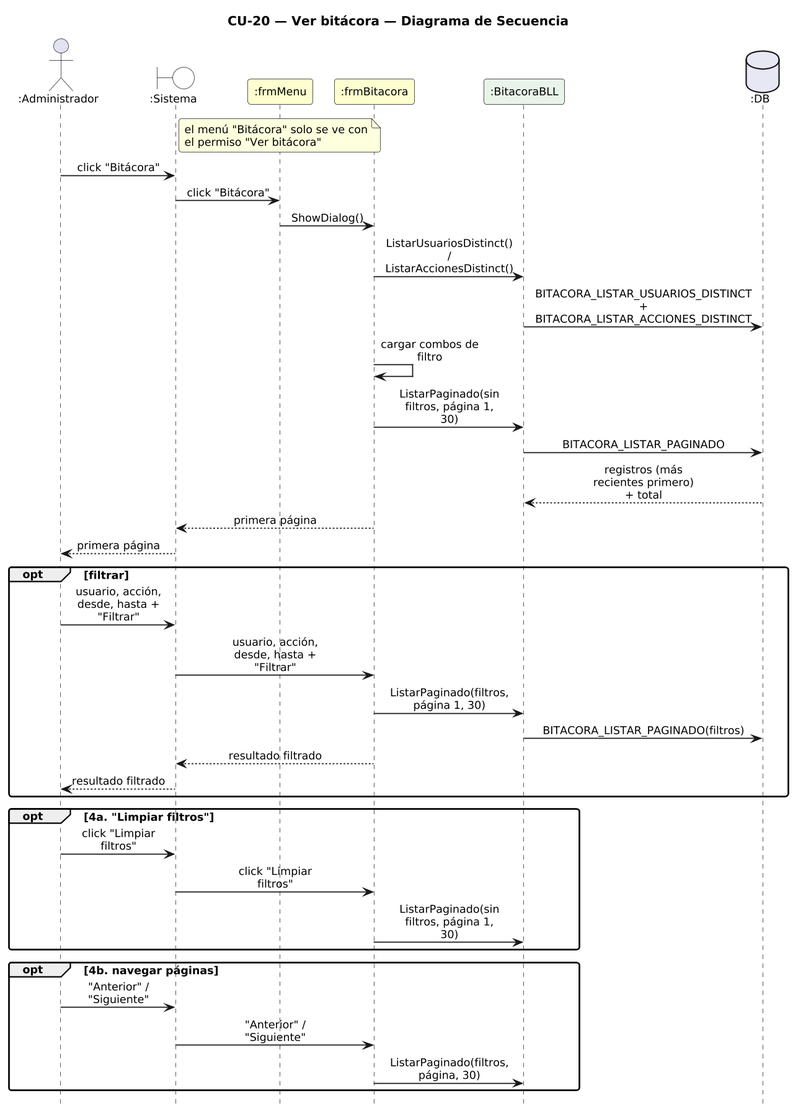
The PlantUML diagram DIAGRAMAS/DiagramaSecuencia_CU20_VerBitacora.png in Urrels/ingenieria_software, before a commit.
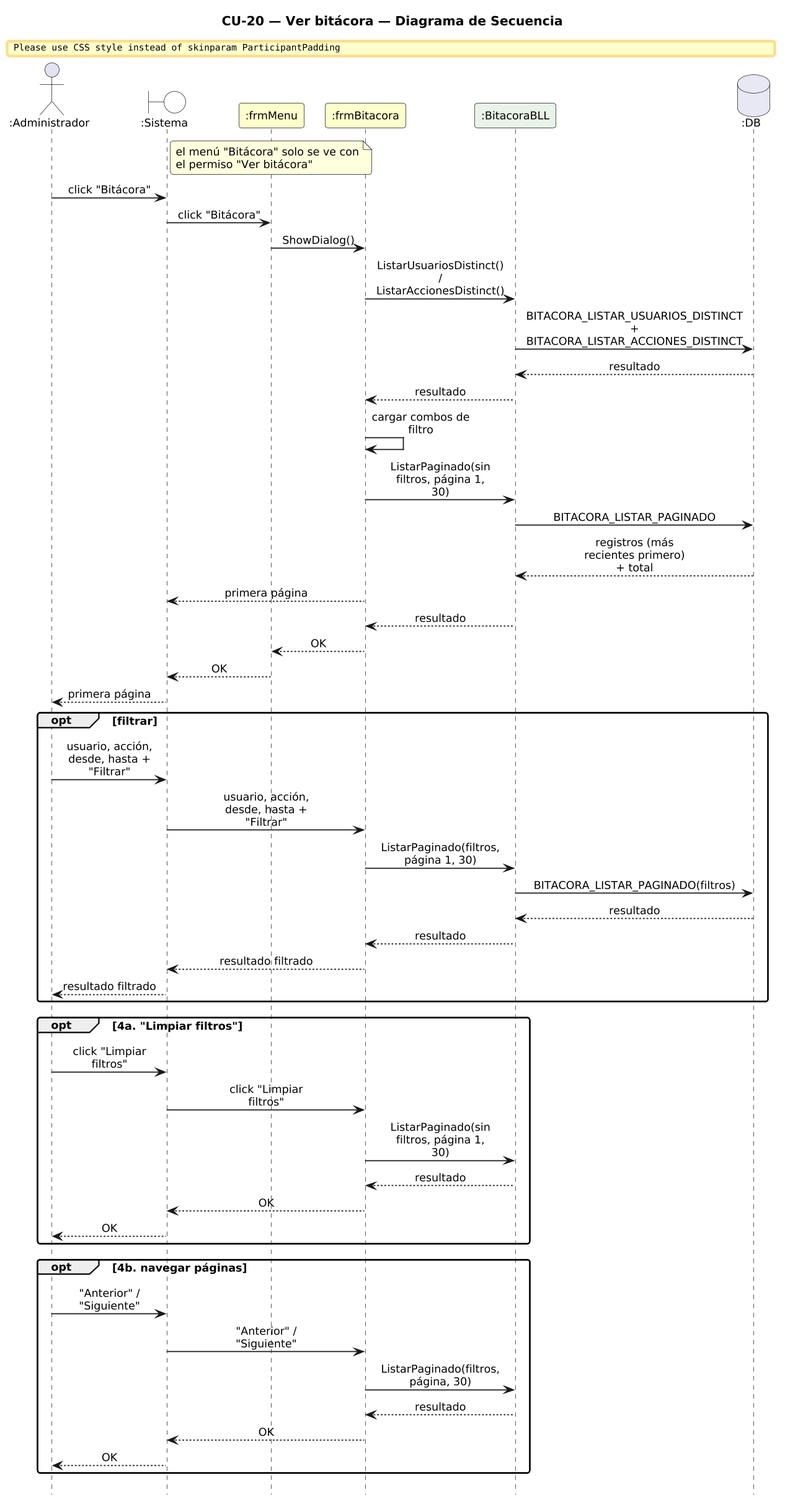
Above is the later version.

Change to the diagram source:
```diff
@@ -26,17 +26,24 @@
 M -> F : ShowDialog()
 F -> B : ListarUsuariosDistinct() / ListarAccionesDistinct()
 B -> DB : BITACORA_LISTAR_USUARIOS_DISTINCT\n+ BITACORA_LISTAR_ACCIONES_DISTINCT
+DB --> B : resultado
+B --> F : resultado
 F -> F : cargar combos de filtro
 F -> B : ListarPaginado(sin filtros, página 1, 30)
 B -> DB : BITACORA_LISTAR_PAGINADO
 DB --> B : registros (más recientes primero) + total
 F --> SYS : primera página
+B --> F : resultado
+F --> M : OK
+M --> SYS : OK
 SYS --> A : primera página
 opt filtrar
   A -> SYS : usuario, acción, desde, hasta + "Filtrar"
   SYS -> F : usuario, acción, desde, hasta + "Filtrar"
   F -> B : ListarPaginado(filtros, página 1, 30)
   B -> DB : BITACORA_LISTAR_PAGINADO(filtros)
+  DB --> B : resultado
+  B --> F : resultado
   F --> SYS : resultado filtrado
   SYS --> A : resultado filtrado
 end
@@ -44,11 +51,17 @@
   A -> SYS : click "Limpiar filtros"
   SYS -> F : click "Limpiar filtros"
   F -> B : ListarPaginado(sin filtros, página 1, 30)
+  B --> F : resultado
+  F --> SYS : OK
+  SYS --> A : OK
 end
 opt 4b. navegar páginas
   A -> SYS : "Anterior" / "Siguiente"
   SYS -> F : "Anterior" / "Siguiente"
   F -> B : ListarPaginado(filtros, página, 30)
+  B --> F : resultado
+  F --> SYS : OK
+  SYS --> A : OK
 end
 
 @enduml
```
